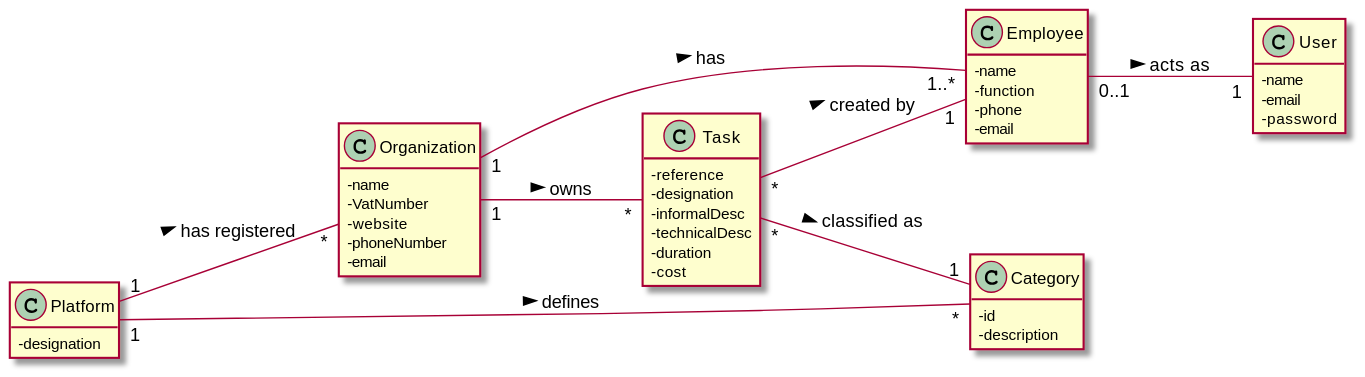
Earlier version of the PlantUML export docs/SprintB/US11/DM/US11_DM.svg (miseEnPlace-i/lapr2).
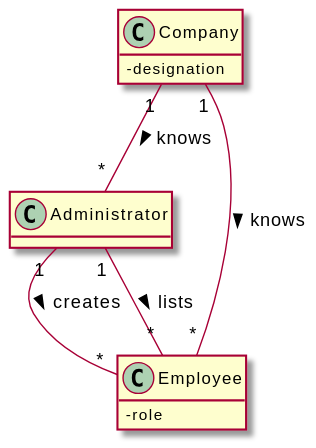
After the change.

Diff of the diagram source:
```diff
@@ -1,56 +1,21 @@
 @startuml
 hide methods
-left to right direction
 skinparam classAttributeIconSize 0
 
+class Administrator {}
 
-class Platform {
-  -designation
+class Employee {
+  - role
 }
 
-class Organization {
-  -name
-  -VatNumber
-  -website
-  -phoneNumber
-  -email
+class Company {
+  - designation
 }
 
-class Task {
-  -reference
-  -designation
-  -informalDesc
-  -technicalDesc
-  -duration
-  -cost
-}
+Administrator "1" -- "*" Employee : creates >
+Administrator "1" -- "*" Employee : lists >
 
-class Category {
-  -id
-  -description
-}
-
-class Employee {
-  -name
-  -function
-  -phone
-  -email
-}
-
-class User {
-  -name
-  -email
-  -password
-}
-
-Platform "1" -- "*" Organization : has registered >
-Platform "1" -- "*" Category : defines >
-Organization "1" -- "1..*" Employee : has >
-Organization "1" -- "*" Task: owns >
-Task "*" -- "1" Employee: created by >
-Employee "0..1" -- "1" User: acts as >
-Task "*" -- "1" Category: classified as >
-
-
+Company "1" -- "*" Administrator : knows >
+Company "1" -- "*" Employee : knows >
 
 @enduml
```
